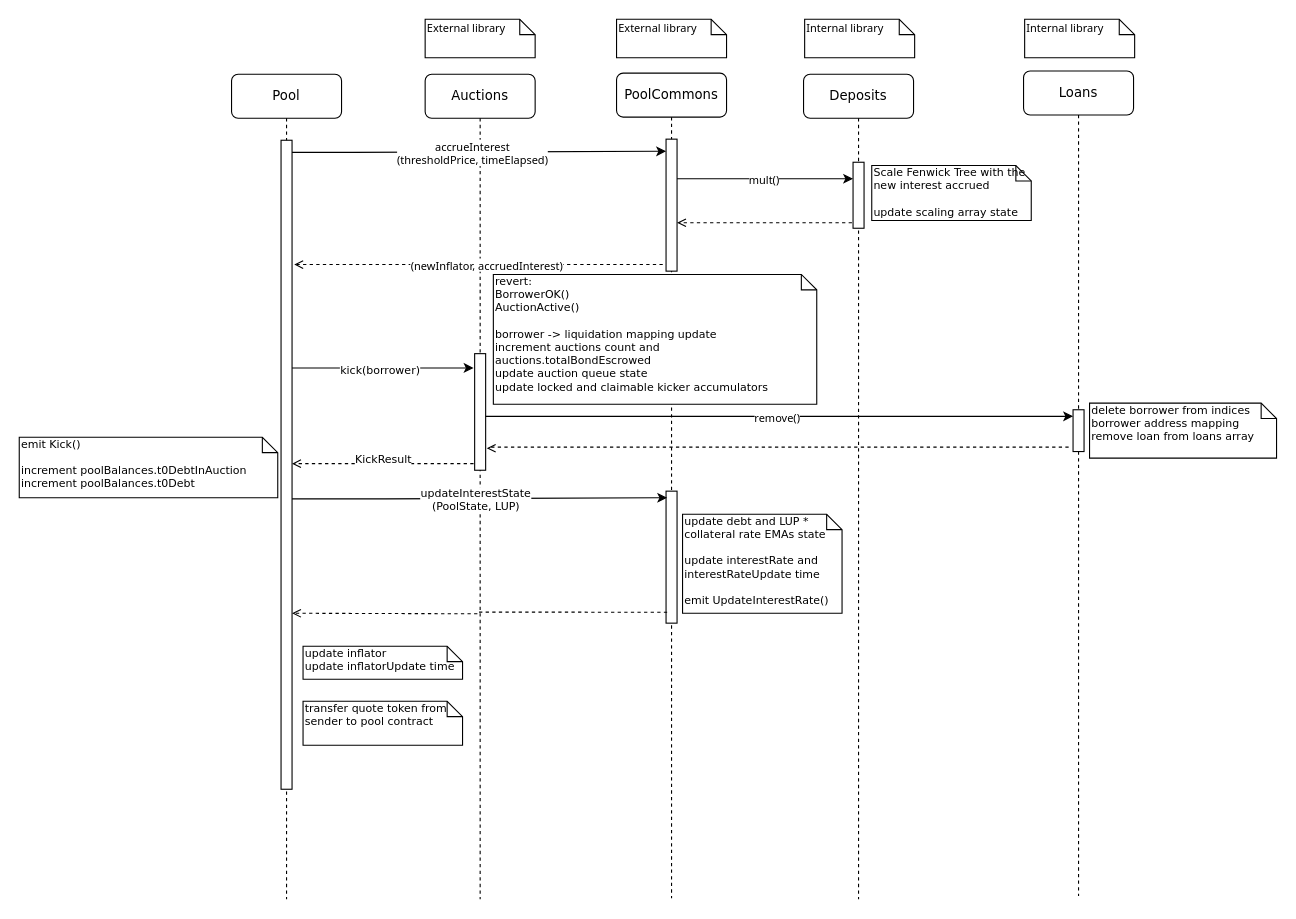
The draw.io diagram docs/drawio/kick.drawio in ajna-finance/ajna-core, before the edit. Source tidied: cells renumbered, new cells numbered last; positions are measured from the earlier drawing's top-left corner, leaving out a move shared by most shapes. Both pictures are drawn from the tidied source at 110%, with x=0, y=0 at pixel (19, 19).
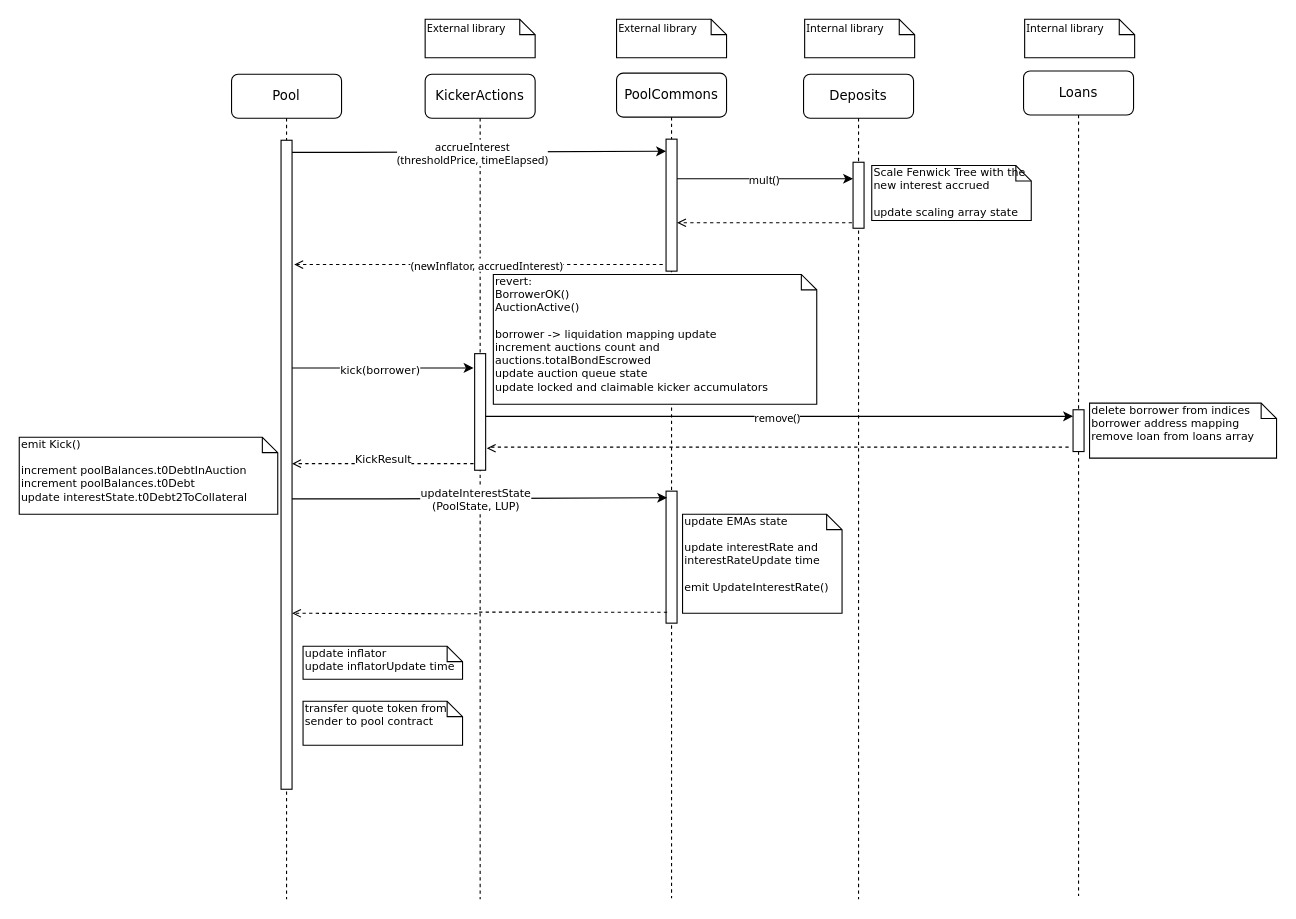
The same diagram, later.

What changed in the source:
```diff
@@
-    <mxCell id="2" value="Auctions" style="shape=umlLifeline;perimeter=lifelinePerimeter;whiteSpace=wrap;html=1;rounded=1;shadow=0;comic=0;labelBackgroundColor=none;strokeWidth=1;fontFamily=Verdana;fontSize=12;align=center;" parent="1" vertex="1">
+    <mxCell id="2" value="KickerActions" style="shape=umlLifeline;perimeter=lifelinePerimeter;whiteSpace=wrap;html=1;rounded=1;shadow=0;comic=0;labelBackgroundColor=none;strokeWidth=1;fontFamily=Verdana;fontSize=12;align=center;" parent="1" vertex="1">
       <mxGeometry x="369" y="50" width="100" height="750" as="geometry" />
     </mxCell>
@@
-    <mxCell id="24" value="&lt;div&gt;emit Kick()&lt;/div&gt;&lt;div&gt;&lt;br&gt;&lt;/div&gt;&lt;div&gt;increment poolBalances.t0DebtInAuction &lt;br&gt;&lt;/div&gt;&lt;div&gt;increment poolBalances.t0Debt&lt;br&gt;&lt;/div&gt;" style="shape=note;whiteSpace=wrap;html=1;size=14;verticalAlign=top;align=left;spacingTop=-6;rounded=0;shadow=0;comic=0;labelBackgroundColor=none;strokeWidth=1;fontFamily=Verdana;fontSize=10;" parent="1" vertex="1">
-      <mxGeometry y="380" width="235" height="55" as="geometry" />
+    <mxCell id="24" value="&lt;div&gt;emit Kick()&lt;/div&gt;&lt;div&gt;&lt;br&gt;&lt;/div&gt;&lt;div&gt;increment poolBalances.t0DebtInAuction &lt;br&gt;&lt;/div&gt;&lt;div&gt;increment poolBalances.t0Debt&lt;/div&gt;&lt;div&gt;update interestState.t0Debt2ToCollateral&lt;/div&gt;" style="shape=note;whiteSpace=wrap;html=1;size=14;verticalAlign=top;align=left;spacingTop=-6;rounded=0;shadow=0;comic=0;labelBackgroundColor=none;strokeWidth=1;fontFamily=Verdana;fontSize=10;" parent="1" vertex="1">
+      <mxGeometry y="380" width="235" height="70" as="geometry" />
     </mxCell>
@@
-    <mxCell id="29" value="&lt;div&gt;update debt and LUP * collateral rate EMAs state&lt;/div&gt;&lt;div&gt;&lt;br&gt;&lt;/div&gt;&lt;div&gt;update interestRate and interestRateUpdate time&lt;br&gt;&lt;/div&gt;&lt;div&gt;&lt;br&gt;&lt;/div&gt;&lt;div&gt;emit UpdateInterestRate()&lt;br&gt;&lt;/div&gt;" style="shape=note;whiteSpace=wrap;html=1;size=14;verticalAlign=top;align=left;spacingTop=-6;rounded=0;shadow=0;comic=0;labelBackgroundColor=none;strokeWidth=1;fontFamily=Verdana;fontSize=10;" parent="1" vertex="1">
+    <mxCell id="29" value="&lt;div&gt;update EMAs state&lt;/div&gt;&lt;div&gt;&lt;br&gt;&lt;/div&gt;&lt;div&gt;update interestRate and interestRateUpdate time&lt;br&gt;&lt;/div&gt;&lt;div&gt;&lt;br&gt;&lt;/div&gt;&lt;div&gt;emit UpdateInterestRate()&lt;br&gt;&lt;/div&gt;" style="shape=note;whiteSpace=wrap;html=1;size=14;verticalAlign=top;align=left;spacingTop=-6;rounded=0;shadow=0;comic=0;labelBackgroundColor=none;strokeWidth=1;fontFamily=Verdana;fontSize=10;" parent="1" vertex="1">
       <mxGeometry x="603" y="450" width="145" height="90" as="geometry" />
     </mxCell>
```
